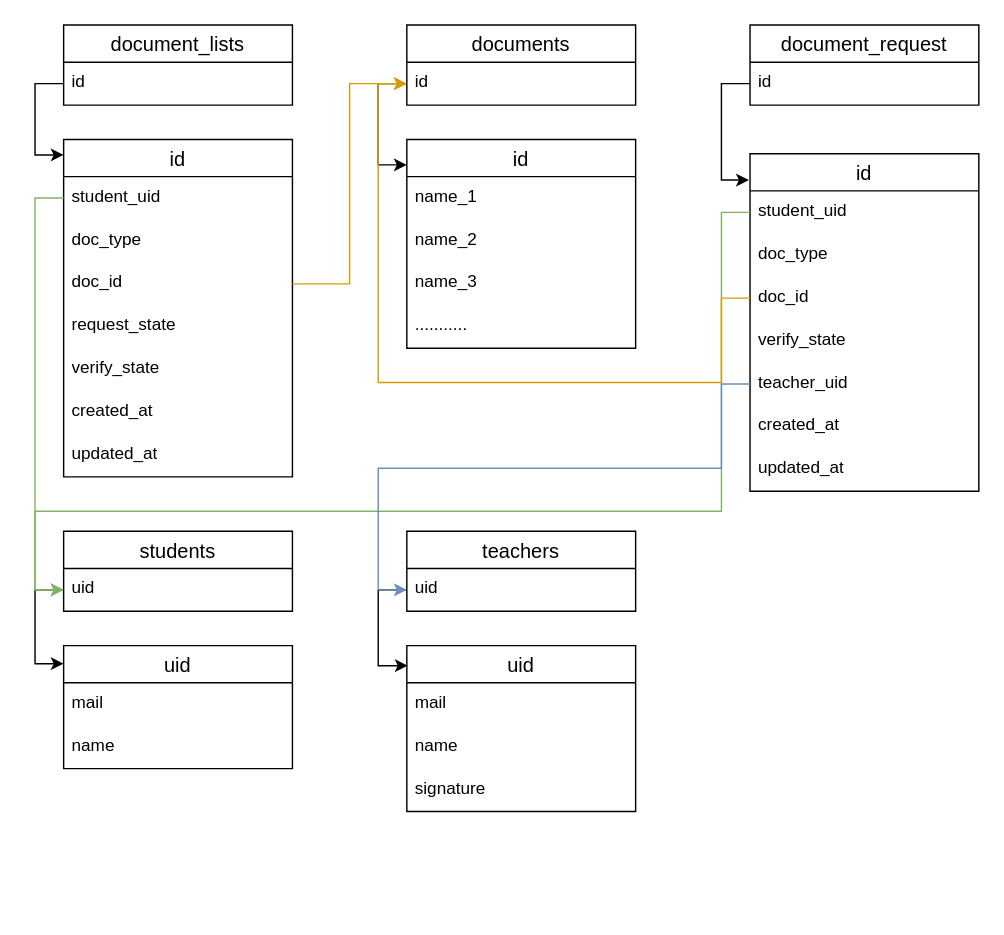
This is project_boss.drawio from shadows90123/react-f, a draw.io file, before an edit. Source tidied: cells renumbered, new cells numbered last; positions are measured from the earlier drawing's top-left corner, leaving out a move shared by most shapes. Both pictures are drawn from the tidied source at 143%, with x=0, y=0 at pixel (34, 24).
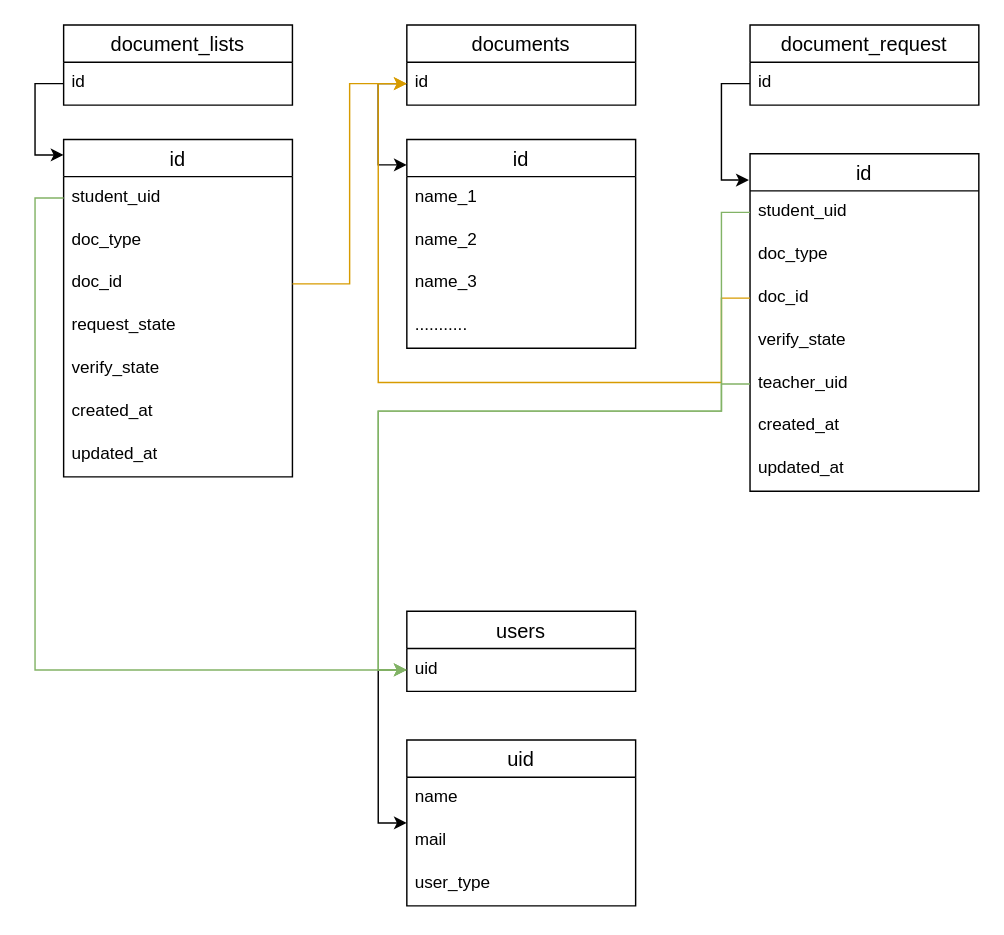
The same page after the edit.

Unchanged cells that the change refers to:
```xml
<mxCell id="7" value="student_uid" style="text;strokeColor=none;fillColor=none;spacingLeft=4;spacingRight=4;overflow=hidden;points=[[0,0.5],[1,0.5]];portConstraint=eastwest;fontSize=12;whiteSpace=wrap;html=1;" parent="6" vertex="1">
  <mxGeometry y="26" width="160" height="30" as="geometry" />
</mxCell>
<mxCell id="33" value="student_uid" style="text;strokeColor=none;fillColor=none;spacingLeft=4;spacingRight=4;overflow=hidden;points=[[0,0.5],[1,0.5]];portConstraint=eastwest;fontSize=12;whiteSpace=wrap;html=1;" parent="32" vertex="1">
  <mxGeometry y="26" width="160" height="30" as="geometry" />
</mxCell>
<mxCell id="37" value="teacher_uid" style="text;strokeColor=none;fillColor=none;spacingLeft=4;spacingRight=4;overflow=hidden;points=[[0,0.5],[1,0.5]];portConstraint=eastwest;fontSize=12;whiteSpace=wrap;html=1;" parent="32" vertex="1">
  <mxGeometry y="146" width="160" height="30" as="geometry" />
</mxCell>
```

Diff of the diagram source:
```diff
@@
-    <mxCell id="2" value="teachers" style="swimlane;fontStyle=0;horizontal=1;startSize=26;align=center;fontSize=14;" parent="1" vertex="1">
-      <mxGeometry x="260" y="354" width="160" height="56" as="geometry" />
-    </mxCell>
-    <mxCell id="3" value="uid" style="text;strokeColor=none;fillColor=none;spacingLeft=4;spacingRight=4;overflow=hidden;points=[[0,0.5],[1,0.5]];portConstraint=eastwest;fontSize=12;whiteSpace=wrap;html=1;" parent="2" vertex="1">
-      <mxGeometry y="26" width="160" height="30" as="geometry" />
-    </mxCell>
@@
-    <mxCell id="21" value="uid" style="swimlane;fontStyle=0;horizontal=1;startSize=26;align=center;fontSize=14;" parent="1" vertex="1">
-      <mxGeometry x="260" y="434" width="160" height="116" as="geometry" />
-    </mxCell>
-    <mxCell id="22" value="mail" style="text;strokeColor=none;fillColor=none;spacingLeft=4;spacingRight=4;overflow=hidden;fontSize=12;whiteSpace=wrap;html=1;" parent="21" vertex="1">
-      <mxGeometry y="26" width="160" height="30" as="geometry" />
-    </mxCell>
-    <mxCell id="23" value="name" style="text;strokeColor=none;fillColor=none;spacingLeft=4;spacingRight=4;overflow=hidden;fontSize=12;whiteSpace=wrap;html=1;" parent="21" vertex="1">
-      <mxGeometry y="56" width="160" height="30" as="geometry" />
-    </mxCell>
-    <mxCell id="24" value="signature" style="text;strokeColor=none;fillColor=none;spacingLeft=4;spacingRight=4;overflow=hidden;fontSize=12;whiteSpace=wrap;html=1;" parent="21" vertex="1">
-      <mxGeometry y="86" width="160" height="30" as="geometry" />
-    </mxCell>
-    <mxCell id="25" value="students" style="swimlane;fontStyle=0;horizontal=1;startSize=26;align=center;fontSize=14;" parent="1" vertex="1">
-      <mxGeometry x="20" y="354" width="160" height="56" as="geometry" />
-    </mxCell>
-    <mxCell id="26" value="uid" style="text;strokeColor=none;fillColor=none;spacingLeft=4;spacingRight=4;overflow=hidden;points=[[0,0.5],[1,0.5]];portConstraint=eastwest;fontSize=12;whiteSpace=wrap;html=1;" parent="25" vertex="1">
-      <mxGeometry y="26" width="160" height="30" as="geometry" />
-    </mxCell>
-    <mxCell id="27" value="uid" style="swimlane;fontStyle=0;horizontal=1;startSize=26;align=center;fontSize=14;" parent="1" vertex="1">
-      <mxGeometry x="20" y="434" width="160" height="86" as="geometry" />
-    </mxCell>
-    <mxCell id="28" value="mail" style="text;strokeColor=none;fillColor=none;spacingLeft=4;spacingRight=4;overflow=hidden;fontSize=12;whiteSpace=wrap;html=1;" parent="27" vertex="1">
-      <mxGeometry y="26" width="160" height="30" as="geometry" />
-    </mxCell>
-    <mxCell id="29" value="name" style="text;strokeColor=none;fillColor=none;spacingLeft=4;spacingRight=4;overflow=hidden;fontSize=12;whiteSpace=wrap;html=1;" parent="27" vertex="1">
-      <mxGeometry y="56" width="160" height="30" as="geometry" />
-    </mxCell>
@@
-    <mxCell id="44" style="edgeStyle=orthogonalEdgeStyle;rounded=0;jettySize=auto;html=1;entryX=0.004;entryY=0.121;entryDx=0;entryDy=0;entryPerimeter=0;" parent="1" edge="1" source="3" target="21">
-      <mxGeometry relative="1" as="geometry" />
-    </mxCell>
-    <mxCell id="45" style="edgeStyle=orthogonalEdgeStyle;rounded=0;jettySize=auto;html=1;entryX=0;entryY=0.147;entryDx=0;entryDy=0;entryPerimeter=0;" parent="1" edge="1" source="26" target="27">
-      <mxGeometry relative="1" as="geometry" />
-    </mxCell>
-    <mxCell id="46" style="edgeStyle=orthogonalEdgeStyle;rounded=0;jettySize=auto;html=1;entryX=0;entryY=0.5;entryDx=0;entryDy=0;fillColor=#d5e8d4;strokeColor=#82b366;" parent="1" edge="1" source="7" target="26">
-      <mxGeometry relative="1" as="geometry" />
-    </mxCell>
-    <mxCell id="47" style="edgeStyle=orthogonalEdgeStyle;rounded=0;jettySize=auto;html=1;entryX=0;entryY=0.5;entryDx=0;entryDy=0;fillColor=#d5e8d4;strokeColor=#82b366;" parent="1" edge="1" source="33" target="26">
-      <mxGeometry relative="1" as="geometry">
-        <Array as="points">
-          <mxPoint x="480" y="131" />
-          <mxPoint x="480" y="340" />
-          <mxPoint y="340" />
-          <mxPoint y="395" />
-        </Array>
-      </mxGeometry>
-    </mxCell>
@@
-    <mxCell id="49" style="edgeStyle=orthogonalEdgeStyle;rounded=0;jettySize=auto;html=1;entryX=0;entryY=0.5;entryDx=0;entryDy=0;fillColor=#dae8fc;strokeColor=#6c8ebf;" parent="1" edge="1" source="37" target="3">
-      <mxGeometry relative="1" as="geometry">
-        <Array as="points">
-          <mxPoint x="480" y="251" />
-          <mxPoint x="480" y="310" />
-          <mxPoint x="240" y="310" />
-          <mxPoint x="240" y="395" />
-        </Array>
-      </mxGeometry>
-    </mxCell>
+    <mxCell id="50" value="uid" style="swimlane;fontStyle=0;horizontal=1;startSize=26;align=center;fontSize=14;" parent="1" vertex="1">
+      <mxGeometry x="260" y="500" width="160" height="116" as="geometry" />
+    </mxCell>
+    <mxCell id="51" value="name" style="text;strokeColor=none;fillColor=none;spacingLeft=4;spacingRight=4;overflow=hidden;fontSize=12;whiteSpace=wrap;html=1;" parent="50" vertex="1">
+      <mxGeometry y="26" width="160" height="30" as="geometry" />
+    </mxCell>
+    <mxCell id="52" value="mail" style="text;strokeColor=none;fillColor=none;spacingLeft=4;spacingRight=4;overflow=hidden;fontSize=12;whiteSpace=wrap;html=1;" parent="50" vertex="1">
+      <mxGeometry y="56" width="160" height="30" as="geometry" />
+    </mxCell>
+    <mxCell id="53" value="user_type" style="text;strokeColor=none;fillColor=none;spacingLeft=4;spacingRight=4;overflow=hidden;fontSize=12;whiteSpace=wrap;html=1;" parent="50" vertex="1">
+      <mxGeometry y="86" width="160" height="30" as="geometry" />
+    </mxCell>
+    <mxCell id="54" value="users" style="swimlane;fontStyle=0;horizontal=1;startSize=26;align=center;fontSize=14;" parent="1" vertex="1">
+      <mxGeometry x="260" y="410" width="160" height="56" as="geometry" />
+    </mxCell>
+    <mxCell id="55" value="uid" style="text;strokeColor=none;fillColor=none;spacingLeft=4;spacingRight=4;overflow=hidden;points=[[0,0.5],[1,0.5]];portConstraint=eastwest;fontSize=12;whiteSpace=wrap;html=1;" parent="54" vertex="1">
+      <mxGeometry y="26" width="160" height="30" as="geometry" />
+    </mxCell>
+    <mxCell id="56" style="edgeStyle=orthogonalEdgeStyle;rounded=0;jettySize=auto;html=1;entryX=0;entryY=0.5;entryDx=0;entryDy=0;" parent="1" edge="1" source="55" target="50">
+      <mxGeometry relative="1" as="geometry" />
+    </mxCell>
+    <mxCell id="57" style="edgeStyle=orthogonalEdgeStyle;rounded=0;jettySize=auto;html=1;entryX=0;entryY=0.5;entryDx=0;entryDy=0;fillColor=#d5e8d4;strokeColor=#82b366;" parent="1" edge="1" source="7" target="55">
+      <mxGeometry relative="1" as="geometry">
+        <Array as="points">
+          <mxPoint y="121" />
+          <mxPoint y="451" />
+        </Array>
+      </mxGeometry>
+    </mxCell>
+    <mxCell id="58" style="edgeStyle=orthogonalEdgeStyle;rounded=0;jettySize=auto;html=1;entryX=0;entryY=0.5;entryDx=0;entryDy=0;fillColor=#d5e8d4;strokeColor=#82b366;" parent="1" edge="1" source="33" target="55">
+      <mxGeometry relative="1" as="geometry">
+        <Array as="points">
+          <mxPoint x="480" y="131" />
+          <mxPoint x="480" y="270" />
+          <mxPoint x="240" y="270" />
+          <mxPoint x="240" y="451" />
+        </Array>
+      </mxGeometry>
+    </mxCell>
+    <mxCell id="59" style="edgeStyle=orthogonalEdgeStyle;rounded=0;jettySize=auto;html=1;exitX=0;exitY=0.5;exitDx=0;exitDy=0;entryX=0;entryY=0.5;entryDx=0;entryDy=0;fillColor=#d5e8d4;strokeColor=#82b366;" parent="1" edge="1" source="37" target="55">
+      <mxGeometry relative="1" as="geometry">
+        <Array as="points">
+          <mxPoint x="480" y="251" />
+          <mxPoint x="480" y="270" />
+          <mxPoint x="240" y="270" />
+          <mxPoint x="240" y="451" />
+        </Array>
+      </mxGeometry>
+    </mxCell>
```
